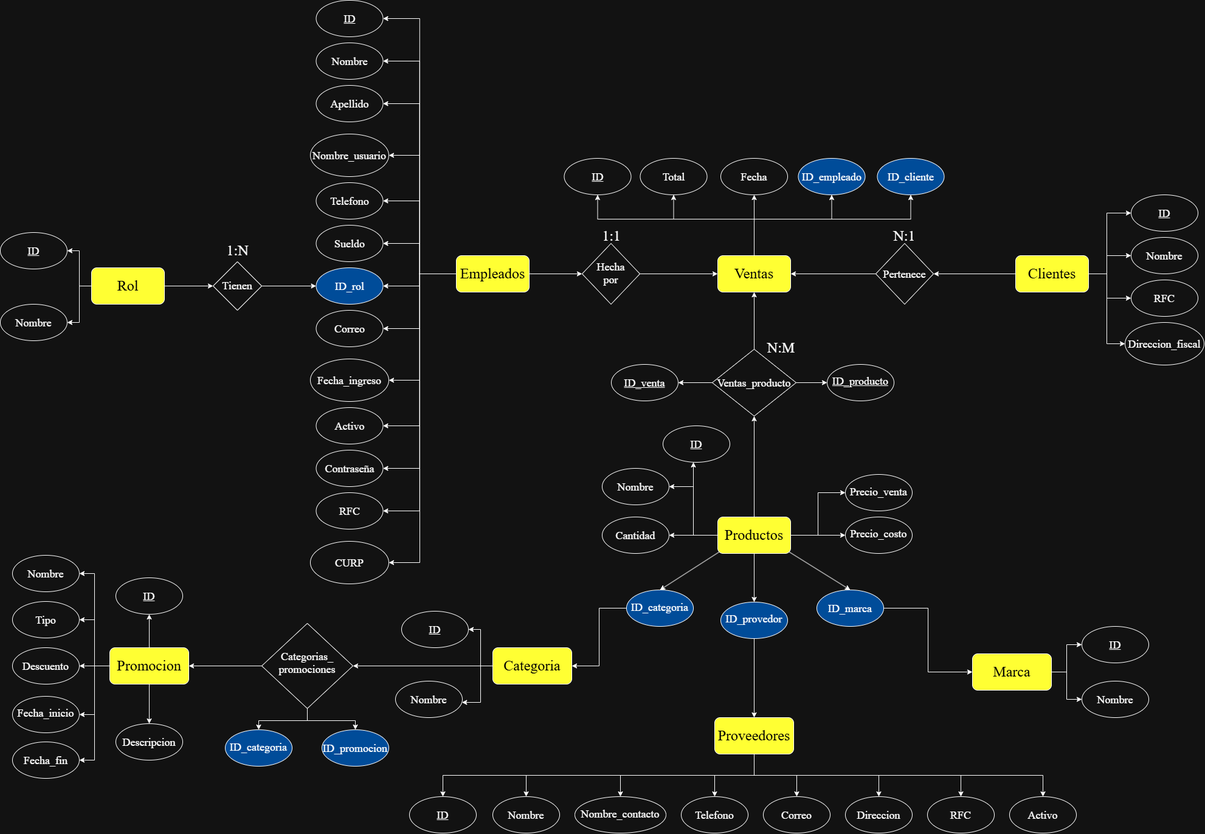
The draw.io diagram documents/Diagrama entidad relacion.png in Organizacion-Base-de-datos/Proyecto-bases-de-datos, before a commit. Source tidied: cells renumbered, new cells last; positions are measured from the earlier drawing's top-left corner, leaving out a move shared by most shapes.
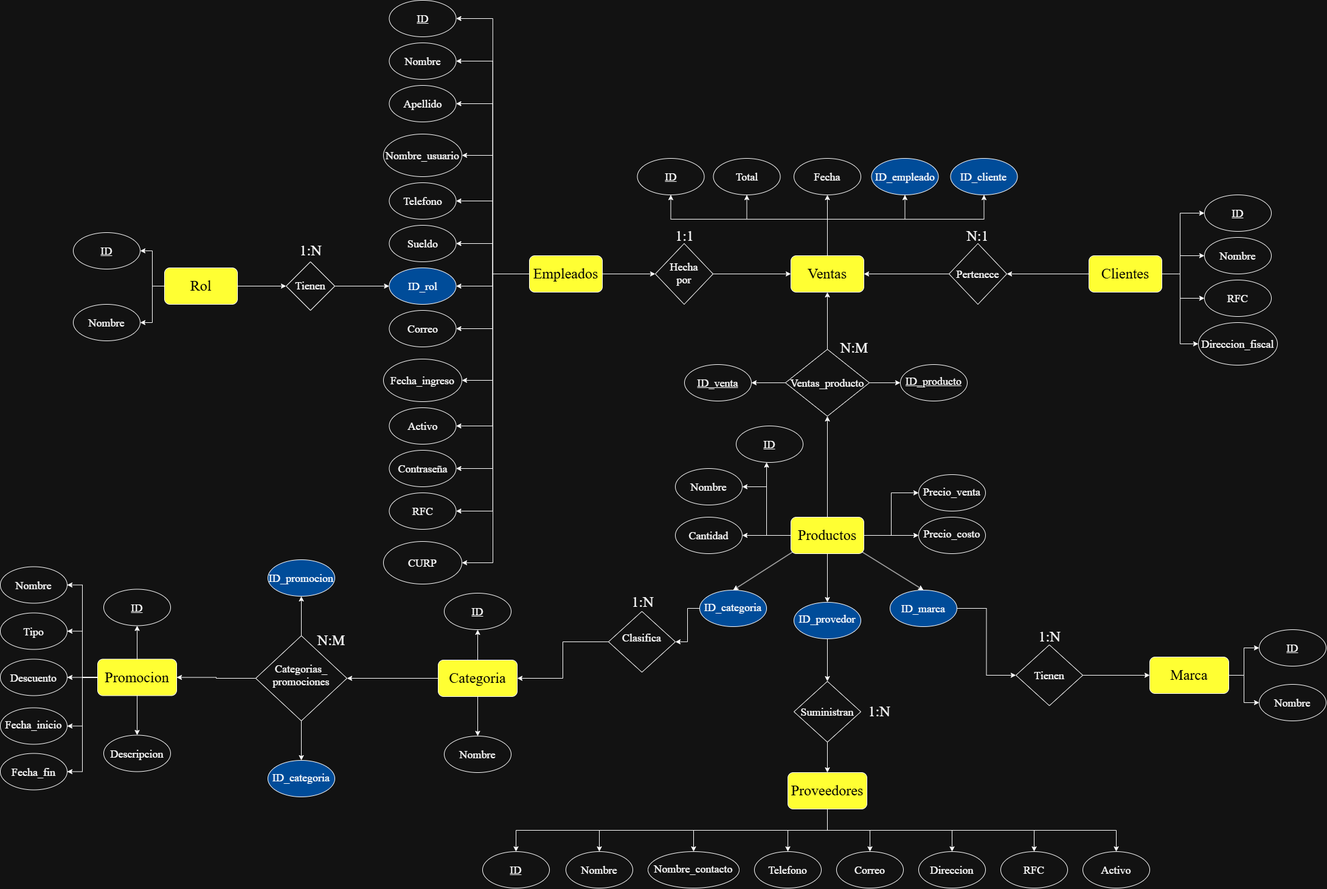
Later version of the same file.

Commit message:
Correcion del diagrama entidad relacion

What changed in the source:
```diff
@@ -301,3 +301,3 @@
     </mxCell>
-    <mxCell id="83" style="edgeStyle=orthogonalEdgeStyle;rounded=0;jettySize=auto;html=1;defaultLabelBackgroundColor=page;entryX=1;entryY=0.5;entryDx=0;entryDy=0;" parent="1" edge="1" source="84" target="122">
+    <mxCell id="83" style="edgeStyle=orthogonalEdgeStyle;rounded=0;jettySize=auto;html=1;defaultLabelBackgroundColor=page;entryX=1;entryY=0.5;entryDx=0;entryDy=0;" parent="1" edge="1" source="152" target="122">
       <mxGeometry relative="1" as="geometry" />
@@ -338,3 +338,3 @@
     </mxCell>
-    <mxCell id="94" style="edgeStyle=orthogonalEdgeStyle;rounded=0;jettySize=auto;html=1;defaultLabelBackgroundColor=page;exitX=0.5;exitY=1;exitDx=0;exitDy=0;entryX=0.5;entryY=0;entryDx=0;entryDy=0;" parent="1" edge="1" source="81" target="96">
+    <mxCell id="94" style="edgeStyle=orthogonalEdgeStyle;rounded=0;jettySize=auto;html=1;defaultLabelBackgroundColor=page;entryX=0.5;entryY=0;entryDx=0;entryDy=0;" parent="1" edge="1" source="148" target="96">
       <mxGeometry x="-0.26" relative="1" as="geometry" />
@@ -345,27 +345,27 @@
     <mxCell id="96" value="&lt;font face=&quot;Times New Roman&quot;&gt;&lt;span style=&quot;font-size: 24px;&quot;&gt;Proveedores&lt;/span&gt;&lt;/font&gt;" style="rounded=1;whiteSpace=wrap;html=1;roundedPerimeter=1;fillColor=light-dark(#FFFFFF,#FFFF33);fontColor=light-dark(#000000,#000000);" parent="1" vertex="1">
-      <mxGeometry x="1175" y="1180" width="130" height="60" as="geometry" />
+      <mxGeometry x="1175" y="1270" width="130" height="60" as="geometry" />
     </mxCell>
     <mxCell id="97" value="&lt;font face=&quot;Times New Roman&quot; style=&quot;font-size: 18px;&quot;&gt;&lt;u&gt;ID&lt;/u&gt;&lt;/font&gt;" style="ellipse;whiteSpace=wrap;html=1;shapeInside=1;" parent="1" vertex="1">
-      <mxGeometry x="673" y="1310" width="110" height="60" as="geometry" />
+      <mxGeometry x="673" y="1400" width="110" height="60" as="geometry" />
     </mxCell>
     <mxCell id="98" value="&lt;font face=&quot;Times New Roman&quot;&gt;&lt;span style=&quot;font-size: 18px;&quot;&gt;Nombre&lt;/span&gt;&lt;/font&gt;" style="ellipse;whiteSpace=wrap;html=1;shapeInside=1;" parent="1" vertex="1">
-      <mxGeometry x="810" y="1310" width="110" height="60" as="geometry" />
+      <mxGeometry x="810" y="1400" width="110" height="60" as="geometry" />
     </mxCell>
     <mxCell id="99" value="&lt;font face=&quot;Times New Roman&quot;&gt;&lt;span style=&quot;font-size: 18px;&quot;&gt;Nombre_contacto&lt;/span&gt;&lt;/font&gt;" style="ellipse;whiteSpace=wrap;html=1;shapeInside=1;" parent="1" vertex="1">
-      <mxGeometry x="945" y="1310" width="150" height="60" as="geometry" />
+      <mxGeometry x="945" y="1400" width="150" height="60" as="geometry" />
     </mxCell>
     <mxCell id="100" value="&lt;font face=&quot;Times New Roman&quot;&gt;&lt;span style=&quot;font-size: 18px;&quot;&gt;Telefono&lt;/span&gt;&lt;/font&gt;" style="ellipse;whiteSpace=wrap;html=1;shapeInside=1;" parent="1" vertex="1">
-      <mxGeometry x="1120" y="1310" width="110" height="60" as="geometry" />
+      <mxGeometry x="1120" y="1400" width="110" height="60" as="geometry" />
     </mxCell>
     <mxCell id="101" value="&lt;font face=&quot;Times New Roman&quot;&gt;&lt;span style=&quot;font-size: 18px;&quot;&gt;Correo&lt;/span&gt;&lt;/font&gt;" style="ellipse;whiteSpace=wrap;html=1;shapeInside=1;" parent="1" vertex="1">
-      <mxGeometry x="1255" y="1310" width="110" height="60" as="geometry" />
+      <mxGeometry x="1255" y="1400" width="110" height="60" as="geometry" />
     </mxCell>
     <mxCell id="102" value="&lt;font face=&quot;Times New Roman&quot;&gt;&lt;span style=&quot;font-size: 18px;&quot;&gt;Direccion&lt;/span&gt;&lt;/font&gt;" style="ellipse;whiteSpace=wrap;html=1;shapeInside=1;" parent="1" vertex="1">
-      <mxGeometry x="1390" y="1310" width="110" height="60" as="geometry" />
+      <mxGeometry x="1390" y="1400" width="110" height="60" as="geometry" />
     </mxCell>
     <mxCell id="103" value="&lt;font face=&quot;Times New Roman&quot;&gt;&lt;span style=&quot;font-size: 18px;&quot;&gt;RFC&lt;/span&gt;&lt;/font&gt;" style="ellipse;whiteSpace=wrap;html=1;shapeInside=1;" parent="1" vertex="1">
-      <mxGeometry x="1525" y="1310" width="110" height="60" as="geometry" />
+      <mxGeometry x="1525" y="1400" width="110" height="60" as="geometry" />
     </mxCell>
     <mxCell id="104" value="&lt;font face=&quot;Times New Roman&quot;&gt;&lt;span style=&quot;font-size: 18px;&quot;&gt;Activo&lt;/span&gt;&lt;/font&gt;" style="ellipse;whiteSpace=wrap;html=1;shapeInside=1;" parent="1" vertex="1">
-      <mxGeometry x="1660" y="1310" width="110" height="60" as="geometry" />
+      <mxGeometry x="1660" y="1400" width="110" height="60" as="geometry" />
     </mxCell>
@@ -394,8 +394,8 @@
       <mxGeometry relative="1" as="geometry">
-        <mxPoint x="1589" y="1085" as="sourcePoint" />
-        <mxPoint x="1589" y="1085" as="targetPoint" />
+        <mxPoint x="1790" y="1095" as="sourcePoint" />
+        <mxPoint x="1790" y="1095" as="targetPoint" />
       </mxGeometry>
     </mxCell>
-    <mxCell id="113" style="edgeStyle=orthogonalEdgeStyle;rounded=0;jettySize=auto;html=1;defaultLabelBackgroundColor=page;exitX=1;exitY=0.5;exitDx=0;exitDy=0;entryX=0;entryY=0.5;entryDx=0;entryDy=0;" parent="1" edge="1" source="87" target="115">
-      <mxGeometry x="0.28" relative="1" as="geometry" />
+    <mxCell id="113" style="edgeStyle=orthogonalEdgeStyle;rounded=0;jettySize=auto;html=1;defaultLabelBackgroundColor=page;exitX=1;exitY=0.5;exitDx=0;exitDy=0;entryX=0;entryY=0.5;entryDx=0;entryDy=0;" parent="1" edge="1" source="87" target="150">
+      <mxGeometry x="-0.51" relative="1" as="geometry" />
     </mxCell>
@@ -405,9 +405,9 @@
     <mxCell id="115" value="&lt;font face=&quot;Times New Roman&quot;&gt;&lt;span style=&quot;font-size: 24px;&quot;&gt;Marca&lt;/span&gt;&lt;/font&gt;" style="rounded=1;whiteSpace=wrap;html=1;roundedPerimeter=1;fillColor=light-dark(#FFFFFF,#FFFF33);fontColor=light-dark(#000000,#000000);" parent="1" vertex="1">
-      <mxGeometry x="1599" y="1075" width="130" height="60" as="geometry" />
+      <mxGeometry x="1770" y="1080" width="130" height="60" as="geometry" />
     </mxCell>
     <mxCell id="116" value="&lt;font face=&quot;Times New Roman&quot; style=&quot;font-size: 18px;&quot;&gt;&lt;u&gt;ID&lt;/u&gt;&lt;/font&gt;" style="ellipse;whiteSpace=wrap;html=1;shapeInside=1;" parent="1" vertex="1">
-      <mxGeometry x="1779" y="1030" width="110" height="60" as="geometry" />
+      <mxGeometry x="1950" y="1035" width="110" height="60" as="geometry" />
     </mxCell>
     <mxCell id="117" value="&lt;font face=&quot;Times New Roman&quot;&gt;&lt;span style=&quot;font-size: 18px;&quot;&gt;Nombre&lt;/span&gt;&lt;/font&gt;" style="ellipse;whiteSpace=wrap;html=1;shapeInside=1;" parent="1" vertex="1">
-      <mxGeometry x="1779" y="1120" width="110" height="60" as="geometry" />
+      <mxGeometry x="1950" y="1125" width="110" height="60" as="geometry" />
     </mxCell>
@@ -422,30 +422,20 @@
     </mxCell>
+    <mxCell id="121" style="edgeStyle=orthogonalEdgeStyle;rounded=0;jettySize=auto;html=1;defaultLabelBackgroundColor=page;" parent="1" edge="1" source="122" target="128">
+      <mxGeometry relative="1" as="geometry" />
+    </mxCell>
+    <mxCell id="125" style="edgeStyle=orthogonalEdgeStyle;rounded=0;jettySize=auto;html=1;entryX=0.5;entryY=1;entryDx=0;entryDy=0;defaultLabelBackgroundColor=page;labelPadding=0 4;" parent="1" edge="1" source="122" target="123">
+      <mxGeometry relative="1" as="geometry" />
+    </mxCell>
-    <mxCell id="120" style="edgeStyle=orthogonalEdgeStyle;rounded=0;jettySize=auto;html=1;defaultLabelBackgroundColor=page;" parent="1" edge="1" source="122" target="124">
-      <mxGeometry x="0.22" relative="1" as="geometry">
-        <Array as="points">
-          <mxPoint x="790" y="1095" />
-          <mxPoint x="790" y="1155" />
-        </Array>
-      </mxGeometry>
+    <mxCell id="120" style="edgeStyle=orthogonalEdgeStyle;rounded=0;jettySize=auto;html=1;entryX=0.5;entryY=0;entryDx=0;entryDy=0;defaultLabelBackgroundColor=page;labelPadding=0 4;" parent="1" edge="1" source="122" target="124">
+      <mxGeometry relative="1" as="geometry" />
     </mxCell>
-    <mxCell id="121" style="edgeStyle=orthogonalEdgeStyle;rounded=0;jettySize=auto;html=1;defaultLabelBackgroundColor=page;" parent="1" edge="1" source="122" target="128">
-      <mxGeometry relative="1" as="geometry" />
-    </mxCell>
     <mxCell id="122" value="&lt;font face=&quot;Times New Roman&quot;&gt;&lt;span style=&quot;font-size: 24px;&quot;&gt;Categoria&lt;/span&gt;&lt;/font&gt;" style="rounded=1;whiteSpace=wrap;html=1;roundedPerimeter=1;fillColor=light-dark(#FFFFFF,#FFFF33);fontColor=light-dark(#000000,#000000);" parent="1" vertex="1">
-      <mxGeometry x="810" y="1065" width="130" height="60" as="geometry" />
+      <mxGeometry x="600" y="1085" width="130" height="60" as="geometry" />
     </mxCell>
     <mxCell id="123" value="&lt;font face=&quot;Times New Roman&quot; style=&quot;font-size: 18px;&quot;&gt;&lt;u&gt;ID&lt;/u&gt;&lt;/font&gt;" style="ellipse;whiteSpace=wrap;html=1;shapeInside=1;" parent="1" vertex="1">
-      <mxGeometry x="660" y="1005" width="110" height="60" as="geometry" />
+      <mxGeometry x="610" y="975" width="110" height="60" as="geometry" />
     </mxCell>
     <mxCell id="124" value="&lt;font face=&quot;Times New Roman&quot;&gt;&lt;span style=&quot;font-size: 18px;&quot;&gt;Nombre&lt;/span&gt;&lt;/font&gt;" style="ellipse;whiteSpace=wrap;html=1;shapeInside=1;" parent="1" vertex="1">
-      <mxGeometry x="650" y="1120" width="110" height="60" as="geometry" />
+      <mxGeometry x="610" y="1210" width="110" height="60" as="geometry" />
     </mxCell>
-    <mxCell id="125" style="edgeStyle=orthogonalEdgeStyle;rounded=0;jettySize=auto;html=1;defaultLabelBackgroundColor=page;exitX=0;exitY=0.5;exitDx=0;exitDy=0;" parent="1" edge="1" source="122" target="123">
-      <mxGeometry x="0.22" relative="1" as="geometry">
-        <Array as="points">
-          <mxPoint x="790" y="1095" />
-          <mxPoint x="790" y="1035" />
-        </Array>
-      </mxGeometry>
-    </mxCell>
     <mxCell id="126" style="edgeStyle=orthogonalEdgeStyle;rounded=0;jettySize=auto;html=1;defaultLabelBackgroundColor=page;" parent="1" edge="1" source="128" target="130">
@@ -457,9 +447,9 @@
     <mxCell id="128" value="&lt;font face=&quot;Times New Roman&quot;&gt;&lt;span style=&quot;font-size: 18px;&quot;&gt;Categorias_&lt;/span&gt;&lt;/font&gt;&lt;div&gt;&lt;font face=&quot;Times New Roman&quot;&gt;&lt;span style=&quot;font-size: 18px;&quot;&gt;promociones&lt;/span&gt;&lt;/font&gt;&lt;/div&gt;" style="rhombus;whiteSpace=wrap;html=1;shapeInside=1;" parent="1" vertex="1">
-      <mxGeometry x="430" y="1025" width="150" height="140" as="geometry" />
+      <mxGeometry x="300" y="1045" width="150" height="140" as="geometry" />
     </mxCell>
     <mxCell id="129" value="&lt;font face=&quot;Times New Roman&quot;&gt;&lt;span style=&quot;font-size: 18px;&quot;&gt;ID_categoria&lt;/span&gt;&lt;/font&gt;" style="ellipse;whiteSpace=wrap;html=1;shapeInside=1;fillColor=light-dark(#FFFFFF,#004C99);" parent="1" vertex="1">
-      <mxGeometry x="370" y="1200" width="110" height="60" as="geometry" />
+      <mxGeometry x="320" y="1250" width="110" height="60" as="geometry" />
     </mxCell>
     <mxCell id="130" value="&lt;font face=&quot;Times New Roman&quot;&gt;&lt;span style=&quot;font-size: 18px;&quot;&gt;ID_promocion&lt;/span&gt;&lt;/font&gt;" style="ellipse;whiteSpace=wrap;html=1;shapeInside=1;fillColor=light-dark(#FFFFFF,#004C99);" parent="1" vertex="1">
-      <mxGeometry x="529" y="1200" width="110" height="60" as="geometry" />
+      <mxGeometry x="320" y="920" width="110" height="60" as="geometry" />
     </mxCell>
@@ -478,24 +468,24 @@
     <mxCell id="135" value="&lt;font face=&quot;Times New Roman&quot;&gt;&lt;span style=&quot;font-size: 24px;&quot;&gt;Promocion&lt;/span&gt;&lt;/font&gt;" style="rounded=1;whiteSpace=wrap;html=1;roundedPerimeter=1;fillColor=light-dark(#FFFFFF,#FFFF33);fontColor=light-dark(#000000,#000000);" parent="1" vertex="1">
-      <mxGeometry x="180" y="1065" width="130" height="60" as="geometry" />
+      <mxGeometry x="40" y="1083.5" width="130" height="60" as="geometry" />
     </mxCell>
     <mxCell id="136" value="&lt;font face=&quot;Times New Roman&quot; style=&quot;font-size: 18px;&quot;&gt;&lt;u&gt;ID&lt;/u&gt;&lt;/font&gt;" style="ellipse;whiteSpace=wrap;html=1;shapeInside=1;" parent="1" vertex="1">
-      <mxGeometry x="190" y="950" width="110" height="60" as="geometry" />
+      <mxGeometry x="50" y="968.5" width="110" height="60" as="geometry" />
     </mxCell>
     <mxCell id="137" value="&lt;font face=&quot;Times New Roman&quot;&gt;&lt;span style=&quot;font-size: 18px;&quot;&gt;Nombre&lt;/span&gt;&lt;/font&gt;" style="ellipse;whiteSpace=wrap;html=1;shapeInside=1;" parent="1" vertex="1">
-      <mxGeometry x="20" y="913" width="110" height="60" as="geometry" />
+      <mxGeometry x="-120" y="931.5" width="110" height="60" as="geometry" />
     </mxCell>
     <mxCell id="138" value="&lt;font face=&quot;Times New Roman&quot;&gt;&lt;span style=&quot;font-size: 18px;&quot;&gt;Tipo&lt;/span&gt;&lt;/font&gt;" style="ellipse;whiteSpace=wrap;html=1;shapeInside=1;" parent="1" vertex="1">
-      <mxGeometry x="20" y="989" width="110" height="60" as="geometry" />
+      <mxGeometry x="-120" y="1007.5" width="110" height="60" as="geometry" />
     </mxCell>
     <mxCell id="139" value="&lt;font face=&quot;Times New Roman&quot;&gt;&lt;span style=&quot;font-size: 18px;&quot;&gt;Descuento&lt;/span&gt;&lt;/font&gt;" style="ellipse;whiteSpace=wrap;html=1;shapeInside=1;" parent="1" vertex="1">
-      <mxGeometry x="20" y="1065" width="110" height="60" as="geometry" />
+      <mxGeometry x="-120" y="1083.5" width="110" height="60" as="geometry" />
     </mxCell>
     <mxCell id="140" value="&lt;font face=&quot;Times New Roman&quot;&gt;&lt;span style=&quot;font-size: 18px;&quot;&gt;Descripcion&lt;/span&gt;&lt;/font&gt;" style="ellipse;whiteSpace=wrap;html=1;shapeInside=1;" parent="1" vertex="1">
-      <mxGeometry x="190" y="1190" width="110" height="60" as="geometry" />
+      <mxGeometry x="50" y="1208.5" width="110" height="60" as="geometry" />
     </mxCell>
     <mxCell id="141" value="&lt;font face=&quot;Times New Roman&quot;&gt;&lt;span style=&quot;font-size: 18px;&quot;&gt;Fecha_fin&lt;/span&gt;&lt;/font&gt;" style="ellipse;whiteSpace=wrap;html=1;shapeInside=1;" parent="1" vertex="1">
-      <mxGeometry x="20" y="1220" width="110" height="60" as="geometry" />
+      <mxGeometry x="-120" y="1238.5" width="110" height="60" as="geometry" />
     </mxCell>
     <mxCell id="142" value="&lt;font face=&quot;Times New Roman&quot;&gt;&lt;span style=&quot;font-size: 18px;&quot;&gt;Fecha_inicio&lt;/span&gt;&lt;/font&gt;" style="ellipse;whiteSpace=wrap;html=1;shapeInside=1;" parent="1" vertex="1">
-      <mxGeometry x="20" y="1145" width="110" height="60" as="geometry" />
+      <mxGeometry x="-120" y="1163.5" width="110" height="60" as="geometry" />
     </mxCell>
@@ -513,2 +503,32 @@
     </mxCell>
+    <mxCell id="147" style="edgeStyle=orthogonalEdgeStyle;rounded=0;jettySize=auto;html=1;defaultLabelBackgroundColor=page;exitX=0.5;exitY=1;exitDx=0;exitDy=0;" parent="1" edge="1" source="81" target="148">
+      <mxGeometry x="-0.26" relative="1" as="geometry" />
+    </mxCell>
+    <mxCell id="148" value="&lt;font face=&quot;Times New Roman&quot;&gt;&lt;span style=&quot;font-size: 18px;&quot;&gt;Suministran&lt;/span&gt;&lt;/font&gt;" style="rhombus;whiteSpace=wrap;html=1;shapeInside=1;" parent="1" vertex="1">
+      <mxGeometry x="1185" y="1120" width="110" height="100" as="geometry" />
+    </mxCell>
+    <mxCell id="149" style="edgeStyle=orthogonalEdgeStyle;rounded=0;jettySize=auto;html=1;entryX=0;entryY=0.5;entryDx=0;entryDy=0;defaultLabelBackgroundColor=page;labelPadding=0 4;" parent="1" edge="1" source="150" target="115">
+      <mxGeometry relative="1" as="geometry" />
+    </mxCell>
+    <mxCell id="150" value="&lt;font face=&quot;Times New Roman&quot;&gt;&lt;span style=&quot;font-size: 18px;&quot;&gt;Tienen&lt;/span&gt;&lt;/font&gt;" style="rhombus;whiteSpace=wrap;html=1;shapeInside=1;" parent="1" vertex="1">
+      <mxGeometry x="1550" y="1060" width="110" height="100" as="geometry" />
+    </mxCell>
+    <mxCell id="151" style="edgeStyle=orthogonalEdgeStyle;rounded=0;jettySize=auto;html=1;defaultLabelBackgroundColor=page;" parent="1" edge="1" source="84" target="152">
+      <mxGeometry relative="1" as="geometry" />
+    </mxCell>
+    <mxCell id="152" value="&lt;font face=&quot;Times New Roman&quot;&gt;&lt;span style=&quot;font-size: 18px;&quot;&gt;Clasifica&lt;/span&gt;&lt;/font&gt;" style="rhombus;whiteSpace=wrap;html=1;shapeInside=1;" parent="1" vertex="1">
+      <mxGeometry x="880" y="1005" width="110" height="100" as="geometry" />
+    </mxCell>
+    <mxCell id="153" value="&lt;font face=&quot;Times New Roman&quot; style=&quot;font-size: 24px;&quot;&gt;1:N&lt;/font&gt;" style="text;html=1;whiteSpace=wrap;strokeColor=none;fillColor=none;align=center;verticalAlign=middle;rounded=0;" parent="1" vertex="1">
+      <mxGeometry x="901.5" y="971.5" width="69" height="36" as="geometry" />
+    </mxCell>
+    <mxCell id="154" value="&lt;font face=&quot;Times New Roman&quot; style=&quot;font-size: 24px;&quot;&gt;N:M&lt;/font&gt;" style="text;html=1;whiteSpace=wrap;strokeColor=none;fillColor=none;align=center;verticalAlign=middle;rounded=0;" parent="1" vertex="1">
+      <mxGeometry x="390" y="1035" width="69" height="36" as="geometry" />
+    </mxCell>
+    <mxCell id="155" value="&lt;font face=&quot;Times New Roman&quot; style=&quot;font-size: 24px;&quot;&gt;1:N&lt;/font&gt;" style="text;html=1;whiteSpace=wrap;strokeColor=none;fillColor=none;align=center;verticalAlign=middle;rounded=0;" parent="1" vertex="1">
+      <mxGeometry x="1291" y="1152" width="69" height="36" as="geometry" />
+    </mxCell>
+    <mxCell id="156" value="&lt;font face=&quot;Times New Roman&quot; style=&quot;font-size: 24px;&quot;&gt;1:N&lt;/font&gt;" style="text;html=1;whiteSpace=wrap;strokeColor=none;fillColor=none;align=center;verticalAlign=middle;rounded=0;" parent="1" vertex="1">
+      <mxGeometry x="1570.5" y="1028.5" width="69" height="36" as="geometry" />
+    </mxCell>
   </root>
```
